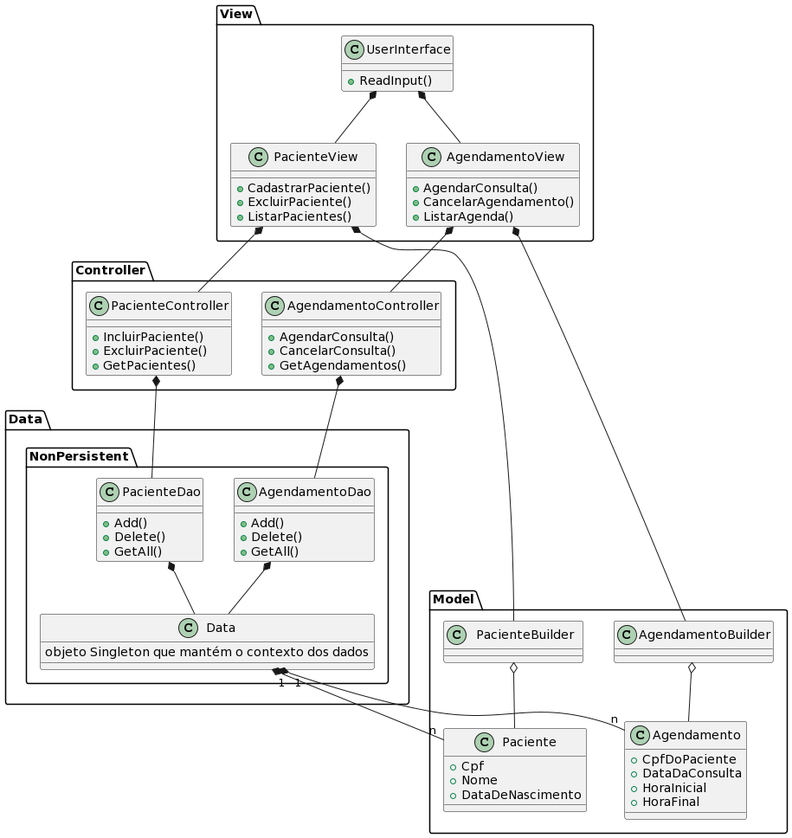
Earlier version of the PlantUML export diagrama.png (isaaclvf/ResidenciaDesafio3). The source it was exported from:
```plantuml
@startuml
package Model {
class "Agendamento" as ag {
+CpfDoPaciente
+DataDaConsulta
+HoraInicial
+HoraFinal
}
class agb as "AgendamentoBuilder"
class pc as "Paciente" {
+Cpf
+Nome
+DataDeNascimento
}
class pcb as "  PacienteBuilder  "
}

package Controller {
class "AgendamentoController" as agc {
+AgendarConsulta()
+CancelarConsulta()
+GetAgendamentos()
}
class pcc as "PacienteController" {
+IncluirPaciente()
+ExcluirPaciente()
+GetPacientes()
}
}

package View {

class "PacienteView" as pv {
+CadastrarPaciente()
+ExcluirPaciente()
+ListarPacientes()
}

class "AgendamentoView" as av {
+AgendarConsulta()
+CancelarAgendamento()
+ListarAgenda()
}

class "UserInterface" as ui {
+ReadInput()
}
}

package Data {

package NonPersistent {
class "PacienteDao" as pd {
+Add()
+Delete()
+GetAll()
}
class "AgendamentoDao" as ad {
+Add()
+Delete()
+GetAll()
}
class "Data" as dt {
objeto Singleton que mantém o contexto dos dados
}
}

pcb o-down- pc
agb o-down- ag

ui *-down- av
ui *-down- pv

pcc *-- pd
agc *-- ad

dt "1" *-- "n" pc
dt "1" *-- "n" ag

pv *-- pcc
av *-- agc


pv *--  pcb
av *-- agb

pd *-- dt
ad *-- dt
@enduml
```
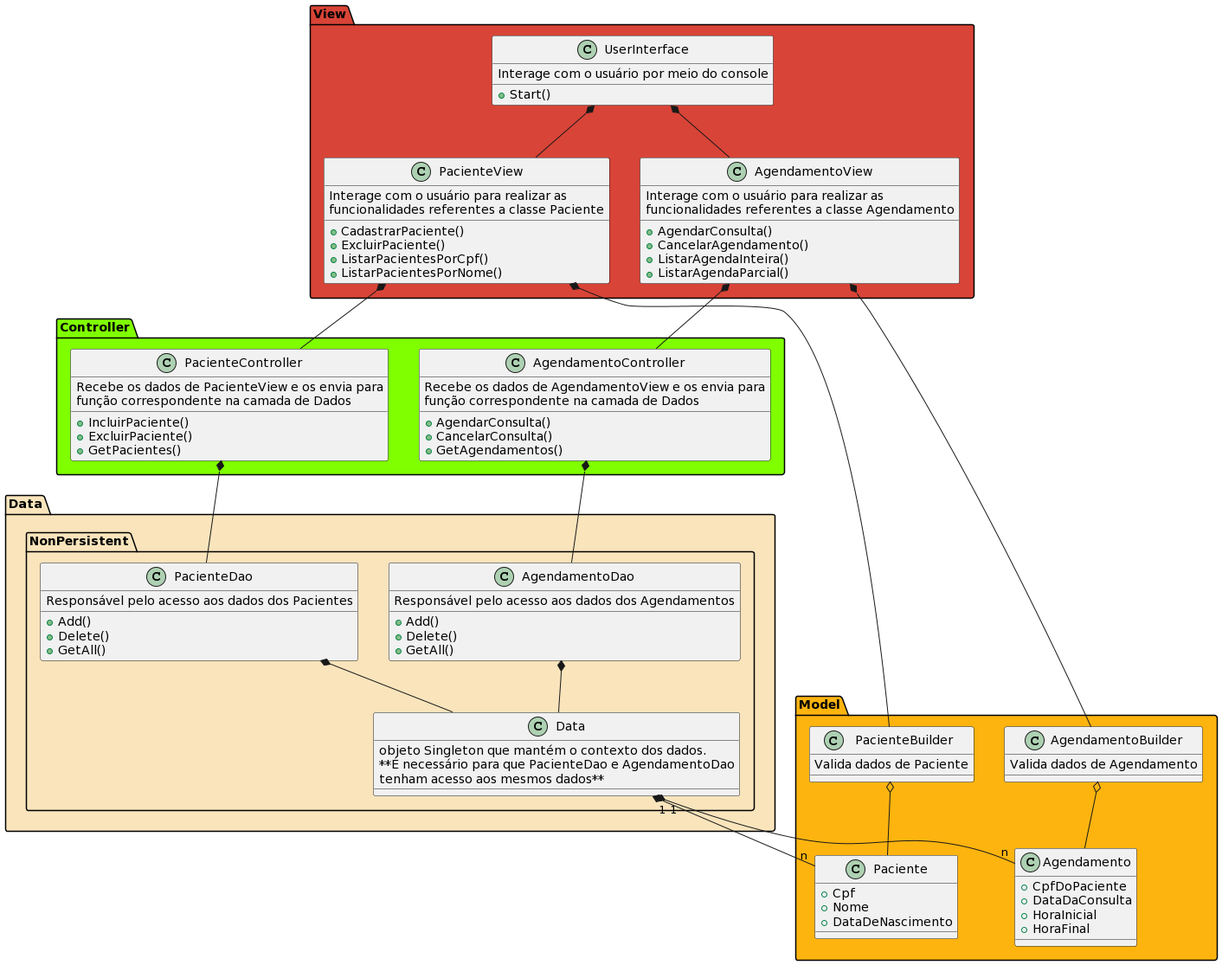
Later version of the same file.

What changed in the source:
```diff
@@ -1,67 +1,88 @@
 @startuml
-package Model {
+package Model #feb40f {
 class "Agendamento" as ag {
 +CpfDoPaciente
 +DataDaConsulta
 +HoraInicial
 +HoraFinal
 }
-class agb as "AgendamentoBuilder"
+class agb as "AgendamentoBuilder"{
+Valida dados de Agendamento
+}
 class pc as "Paciente" {
 +Cpf
 +Nome
 +DataDeNascimento
 }
-class pcb as "  PacienteBuilder  "
+class pcb as "  PacienteBuilder  " {
+Valida dados de Paciente
+}
 }
 
-package Controller {
+package Controller #7FFF00 {
+
 class "AgendamentoController" as agc {
+Recebe os dados de AgendamentoView e os envia para
+função correspondente na camada de Dados
 +AgendarConsulta()
 +CancelarConsulta()
 +GetAgendamentos()
 }
 class pcc as "PacienteController" {
+Recebe os dados de PacienteView e os envia para
+função correspondente na camada de Dados
 +IncluirPaciente()
 +ExcluirPaciente()
 +GetPacientes()
 }
 }
 
-package View {
+package View #D84437 {
 
 class "PacienteView" as pv {
+Interage com o usuário para realizar as
+funcionalidades referentes a classe Paciente
 +CadastrarPaciente()
 +ExcluirPaciente()
-+ListarPacientes()
++ListarPacientesPorCpf()
++ListarPacientesPorNome()
 }
 
 class "AgendamentoView" as av {
+Interage com o usuário para realizar as
+funcionalidades referentes a classe Agendamento
 +AgendarConsulta()
 +CancelarAgendamento()
-+ListarAgenda()
++ListarAgendaInteira()
++ListarAgendaParcial()
 }
 
 class "UserInterface" as ui {
-+ReadInput()
+Interage com o usuário por meio do console
++Start()
 }
 }
 
-package Data {
+package Data #F9E4BC {
 
 package NonPersistent {
+
 class "PacienteDao" as pd {
+Responsável pelo acesso aos dados dos Pacientes
 +Add()
 +Delete()
 +GetAll()
 }
 class "AgendamentoDao" as ad {
+Responsável pelo acesso aos dados dos Agendamentos
 +Add()
 +Delete()
 +GetAll()
 }
 class "Data" as dt {
-objeto Singleton que mantém o contexto dos dados
+objeto Singleton que mantém o contexto dos dados.
+**É necessário para que PacienteDao e AgendamentoDao
+tenham acesso aos mesmos dados**
 }
 }
 
```
